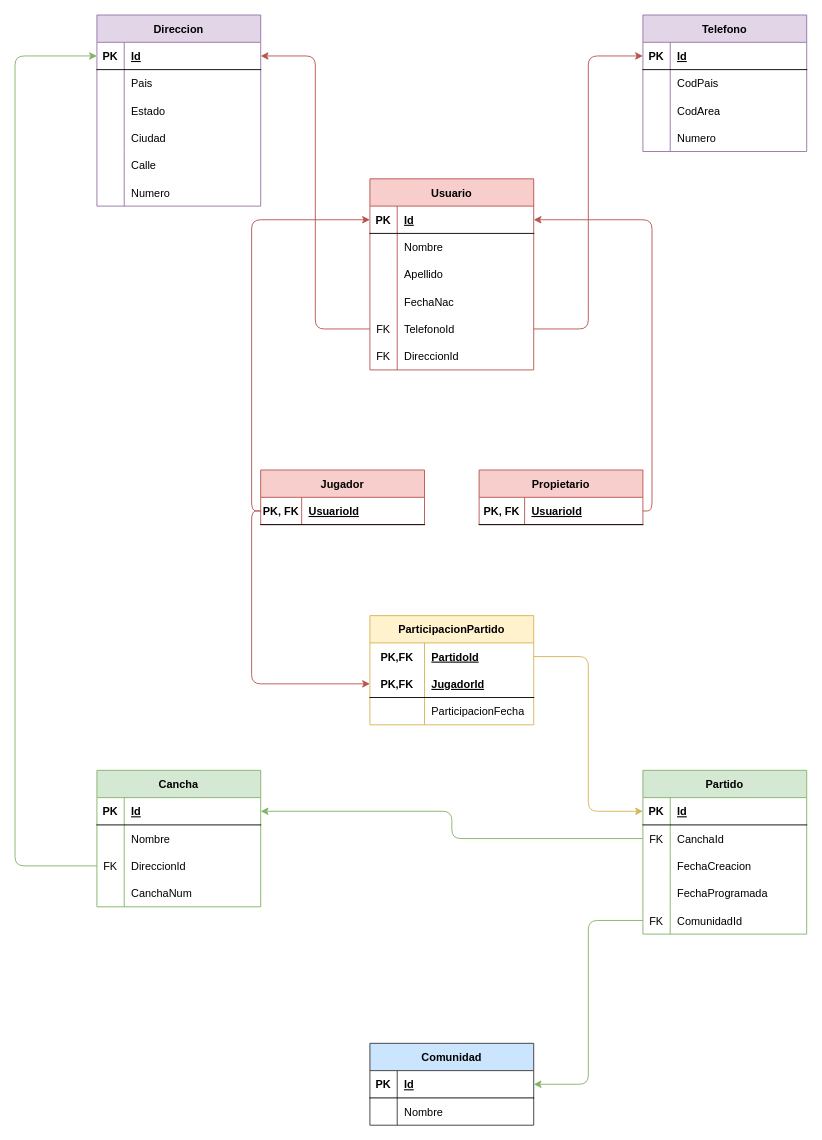
fmartinez28/PartidosYa keeps this draw.io diagram as design/db/schema.drawio. Above is the earlier version. Source tidied: cells renumbered, new cells numbered last; positions are measured from the earlier drawing's top-left corner, leaving out a move shared by most shapes. Both pictures are drawn from the tidied source at 91%, with x=0, y=0 at pixel (15, 15).
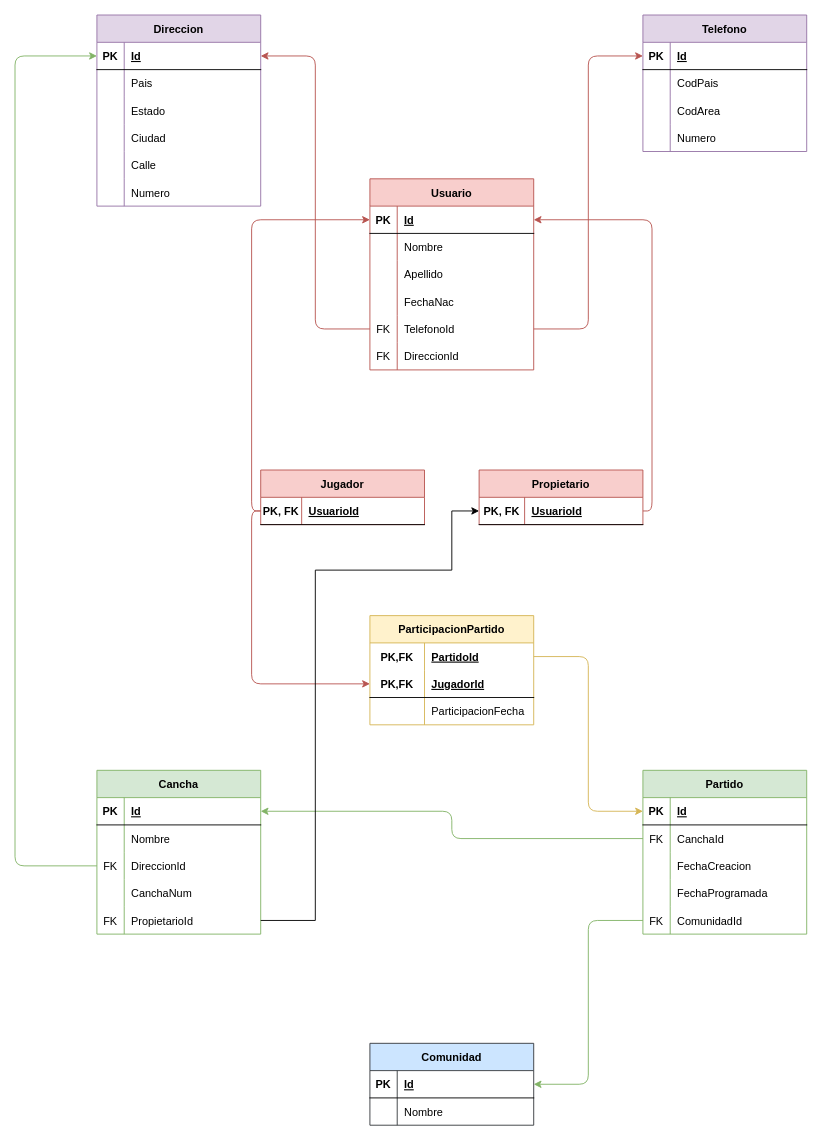
The same diagram, later.

Unchanged cells that the change refers to:
```xml
<mxCell id="23" style="shape=tableRow;horizontal=0;startSize=0;swimlaneHead=0;swimlaneBody=0;fillColor=none;points=[[0,0.5],[1,0.5]];portConstraint=eastwest;top=0;left=0;right=0;bottom=1;" parent="22" vertex="1">
  <mxGeometry y="30" width="180" height="30" as="geometry" />
</mxCell>
```

Change to the diagram source:
```diff
@@
     <mxCell id="45" value="Cancha" style="shape=table;startSize=30;childLayout=tableLayout;rowLines=0;fontStyle=1;align=center;fillColor=#d5e8d4;strokeColor=#82b366;" parent="1" vertex="1">
-      <mxGeometry x="90" y="830" width="180" height="150" as="geometry" />
+      <mxGeometry x="90" y="830" width="180" height="180" as="geometry" />
     </mxCell>
@@
+    <mxCell id="116" style="shape=tableRow;horizontal=0;startSize=0;swimlaneHead=0;swimlaneBody=0;fillColor=none;points=[[0,0.5],[1,0.5]];portConstraint=eastwest;top=0;left=0;right=0;bottom=0;" parent="45" vertex="1">
+      <mxGeometry y="150" width="180" height="30" as="geometry" />
+    </mxCell>
+    <mxCell id="117" value="FK" style="shape=partialRectangle;fillColor=none;top=0;left=0;bottom=0;right=0;overflow=hidden;" parent="116" vertex="1">
+      <mxGeometry width="30" height="30" as="geometry" />
+    </mxCell>
+    <mxCell id="118" value="PropietarioId" style="shape=partialRectangle;fillColor=none;top=0;left=0;bottom=0;right=0;align=left;spacingLeft=6;overflow=hidden;" parent="116" vertex="1">
+      <mxGeometry x="30" width="150" height="30" as="geometry" />
+    </mxCell>
@@
+    <mxCell id="119" style="edgeStyle=orthogonalEdgeStyle;rounded=0;jettySize=auto;html=1;exitX=1;exitY=0.5;exitDx=0;exitDy=0;entryX=0;entryY=0.5;entryDx=0;entryDy=0;" parent="1" edge="1" source="116" target="23">
+      <mxGeometry relative="1" as="geometry">
+        <Array as="points">
+          <mxPoint x="330" y="995" />
+          <mxPoint x="330" y="610" />
+          <mxPoint x="480" y="610" />
+          <mxPoint x="480" y="545" />
+        </Array>
+      </mxGeometry>
+    </mxCell>
```
